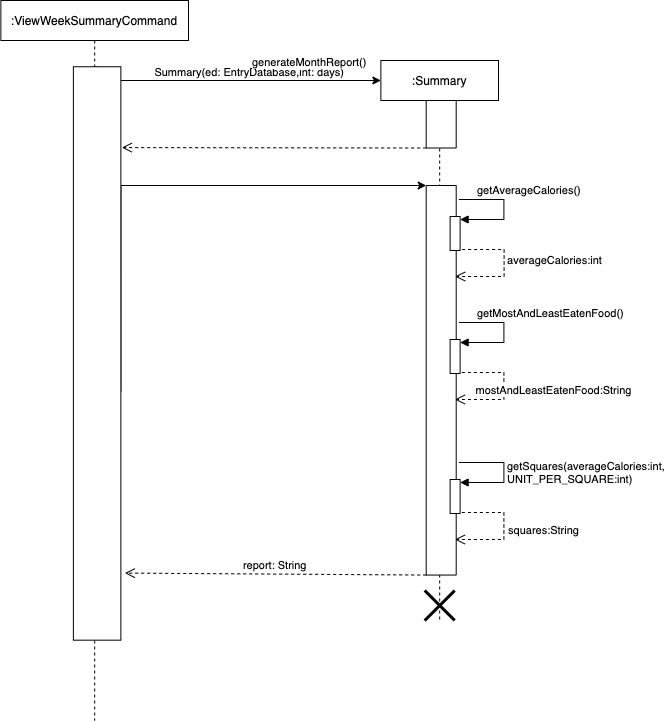
The draw.io diagram docs/diagrams-DG/weekly report.png in praj-bellakka/tp, before a commit. Source tidied: cells renumbered, new cells last; positions are measured from the earlier drawing's top-left corner, leaving out a move shared by most shapes.
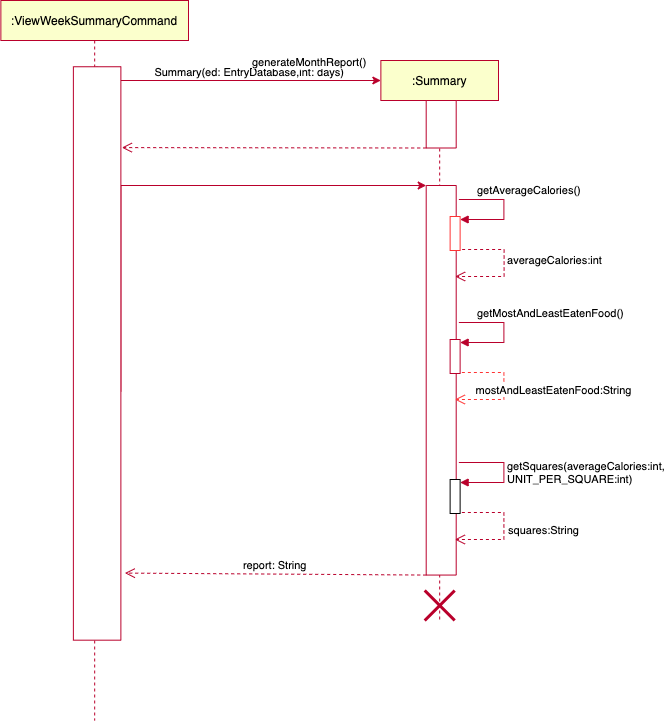
The same file after the commit.

Commit message:
follow the format with other diagrams

The edit, as a diff of the source:
```diff
@@ -2,19 +2,19 @@
   <root>
     <mxCell id="0" />
     <mxCell id="1" parent="0" />
-    <mxCell id="2" value=":Summary" style="shape=umlLifeline;perimeter=lifelinePerimeter;rounded=0;shadow=0;strokeWidth=1;" parent="1" vertex="1">
+    <mxCell id="2" value=":Summary" style="shape=umlLifeline;perimeter=lifelinePerimeter;rounded=0;shadow=0;strokeWidth=1;strokeColor=#B9002B;fillColor=#fbffcc;" parent="1" vertex="1">
       <mxGeometry x="570.4" y="60" width="117.6" height="560" as="geometry" />
     </mxCell>
-    <mxCell id="3" style="rounded=0;whiteSpace=wrap;html=1;rotation=90;" parent="2" vertex="1">
+    <mxCell id="3" style="rounded=0;whiteSpace=wrap;html=1;rotation=90;strokeColor=#b9002b;" parent="2" vertex="1">
       <mxGeometry x="36.6" y="48.8" width="47.5" height="30" as="geometry" />
     </mxCell>
-    <mxCell id="4" style="rounded=0;whiteSpace=wrap;html=1;rotation=90;" parent="2" vertex="1">
+    <mxCell id="4" style="rounded=0;whiteSpace=wrap;html=1;rotation=90;strokeColor=#b9002b;" parent="2" vertex="1">
       <mxGeometry x="-134.4" y="304.8" width="389.6" height="30" as="geometry" />
     </mxCell>
-    <mxCell id="5" style="html=1;perimeter=orthogonalPerimeter;" parent="2" vertex="1">
+    <mxCell id="5" style="html=1;perimeter=orthogonalPerimeter;strokeColor=#FF3333;" parent="2" vertex="1">
       <mxGeometry x="69.2" y="156" width="10" height="34" as="geometry" />
     </mxCell>
-    <mxCell id="6" value="getAverageCalories()" style="edgeStyle=orthogonalEdgeStyle;html=1;align=left;spacingLeft=2;endArrow=block;rounded=0;entryX=1;entryY=0;" parent="2" edge="1">
+    <mxCell id="6" value="getAverageCalories()" style="edgeStyle=orthogonalEdgeStyle;html=1;align=left;spacingLeft=2;endArrow=block;rounded=0;entryX=1;entryY=0;strokeColor=#b9002b;" parent="2" edge="1">
       <mxGeometry x="-0.73" y="9" relative="1" as="geometry">
         <mxPoint x="78" y="139" as="sourcePoint" />
         <mxPoint x="79.2" y="159" as="targetPoint" />
@@ -24,10 +24,10 @@
         </Array>
       </mxGeometry>
     </mxCell>
-    <mxCell id="7" style="html=1;perimeter=orthogonalPerimeter;" parent="2" vertex="1">
+    <mxCell id="7" style="html=1;perimeter=orthogonalPerimeter;strokeColor=#b9002b;" parent="2" vertex="1">
       <mxGeometry x="69.2" y="279" width="10" height="34" as="geometry" />
     </mxCell>
-    <mxCell id="8" value="getMostAndLeastEatenFood()" style="edgeStyle=orthogonalEdgeStyle;html=1;align=left;spacingLeft=2;endArrow=block;rounded=0;entryX=1;entryY=0;" parent="2" edge="1">
+    <mxCell id="8" value="getMostAndLeastEatenFood()" style="edgeStyle=orthogonalEdgeStyle;html=1;align=left;spacingLeft=2;endArrow=block;rounded=0;entryX=1;entryY=0;strokeColor=#b9002b;" parent="2" edge="1">
       <mxGeometry x="-0.73" y="9" relative="1" as="geometry">
         <mxPoint x="78" y="262" as="sourcePoint" />
         <mxPoint x="79.2" y="282" as="targetPoint" />
@@ -37,7 +37,7 @@
         </Array>
       </mxGeometry>
     </mxCell>
-    <mxCell id="9" value="mostAndLeastEatenFood:String" style="html=1;verticalAlign=bottom;endArrow=open;dashed=1;endSize=8;rounded=0;edgeStyle=orthogonalEdgeStyle;exitX=1.175;exitY=0.794;exitDx=0;exitDy=0;exitPerimeter=0;" parent="2" edge="1">
+    <mxCell id="9" value="mostAndLeastEatenFood:String" style="html=1;verticalAlign=bottom;endArrow=open;dashed=1;endSize=8;rounded=0;edgeStyle=orthogonalEdgeStyle;exitX=1.175;exitY=0.794;exitDx=0;exitDy=0;exitPerimeter=0;strokeColor=#FF3333;" parent="2" edge="1">
       <mxGeometry x="0.17" y="-50" relative="1" as="geometry">
         <mxPoint x="81" y="312" as="sourcePoint" />
         <mxPoint x="74" y="339" as="targetPoint" />
@@ -51,7 +51,7 @@
     <mxCell id="10" style="html=1;perimeter=orthogonalPerimeter;" parent="2" vertex="1">
       <mxGeometry x="69.2" y="419" width="10" height="34" as="geometry" />
     </mxCell>
-    <mxCell id="11" value="getSquares(averageCalories:int, &lt;br&gt;UNIT_PER_SQUARE:int)" style="edgeStyle=orthogonalEdgeStyle;html=1;align=left;spacingLeft=2;endArrow=block;rounded=0;entryX=1;entryY=0;" parent="2" edge="1">
+    <mxCell id="11" value="getSquares(averageCalories:int, &lt;br&gt;UNIT_PER_SQUARE:int)" style="edgeStyle=orthogonalEdgeStyle;html=1;align=left;spacingLeft=2;endArrow=block;rounded=0;entryX=1;entryY=0;strokeColor=#b9002b;" parent="2" edge="1">
       <mxGeometry x="0.01" relative="1" as="geometry">
         <mxPoint x="78" y="402" as="sourcePoint" />
         <mxPoint x="79.2" y="422" as="targetPoint" />
@@ -61,7 +61,7 @@
         </Array>
       </mxGeometry>
     </mxCell>
-    <mxCell id="12" value="squares:String" style="html=1;verticalAlign=bottom;endArrow=open;dashed=1;endSize=8;rounded=0;edgeStyle=orthogonalEdgeStyle;exitX=1.175;exitY=0.794;exitDx=0;exitDy=0;exitPerimeter=0;" parent="2" edge="1">
+    <mxCell id="12" value="squares:String" style="html=1;verticalAlign=bottom;endArrow=open;dashed=1;endSize=8;rounded=0;edgeStyle=orthogonalEdgeStyle;exitX=1.175;exitY=0.794;exitDx=0;exitDy=0;exitPerimeter=0;strokeColor=#b9002b;" parent="2" edge="1">
       <mxGeometry x="0.17" y="-40" relative="1" as="geometry">
         <mxPoint x="81" y="452" as="sourcePoint" />
         <mxPoint x="74" y="479" as="targetPoint" />
@@ -72,7 +72,7 @@
         <mxPoint x="40" y="40" as="offset" />
       </mxGeometry>
     </mxCell>
-    <mxCell id="13" value="averageCalories:int" style="html=1;verticalAlign=bottom;endArrow=open;dashed=1;endSize=8;rounded=0;edgeStyle=orthogonalEdgeStyle;exitX=1.175;exitY=0.794;exitDx=0;exitDy=0;exitPerimeter=0;" parent="2" edge="1">
+    <mxCell id="13" value="averageCalories:int" style="html=1;verticalAlign=bottom;endArrow=open;dashed=1;endSize=8;rounded=0;edgeStyle=orthogonalEdgeStyle;exitX=1.175;exitY=0.794;exitDx=0;exitDy=0;exitPerimeter=0;strokeColor=#b9002b;" parent="2" edge="1">
       <mxGeometry x="0.05" y="50" relative="1" as="geometry">
         <mxPoint x="81.2" y="189" as="sourcePoint" />
         <mxPoint x="74.2" y="216" as="targetPoint" />
@@ -82,10 +82,10 @@
         </Array>
       </mxGeometry>
     </mxCell>
-    <mxCell id="14" style="shape=umlDestroy;whiteSpace=wrap;html=1;strokeWidth=3;" parent="2" vertex="1">
+    <mxCell id="14" style="shape=umlDestroy;whiteSpace=wrap;html=1;strokeWidth=3;strokeColor=#b9002b;" parent="2" vertex="1">
       <mxGeometry x="43.8" y="530" width="30" height="30" as="geometry" />
     </mxCell>
-    <mxCell id="15" style="endArrow=classic;html=1;rounded=0;edgeStyle=orthogonalEdgeStyle;" parent="1" edge="1" source="21">
+    <mxCell id="15" style="endArrow=classic;html=1;rounded=0;edgeStyle=orthogonalEdgeStyle;strokeColor=#b9002b;" parent="1" edge="1" source="21">
       <mxGeometry relative="1" as="geometry">
         <mxPoint x="570.4" y="80" as="targetPoint" />
         <Array as="points">
@@ -98,12 +98,12 @@
         <mxPoint x="34" y="14" as="offset" />
       </mxGeometry>
     </mxCell>
-    <mxCell id="17" style="verticalAlign=bottom;endArrow=open;dashed=1;endSize=8;shadow=0;strokeWidth=1;entryX=0.39;entryY=-0.021;entryDx=0;entryDy=0;entryPerimeter=0;exitX=1;exitY=1;exitDx=0;exitDy=0;" parent="1" edge="1" source="3">
+    <mxCell id="17" style="verticalAlign=bottom;endArrow=open;dashed=1;endSize=8;shadow=0;strokeWidth=1;entryX=0.39;entryY=-0.021;entryDx=0;entryDy=0;entryPerimeter=0;exitX=1;exitY=1;exitDx=0;exitDy=0;fillColor=#f8cecc;strokeColor=#B9002B;" parent="1" edge="1" source="3">
       <mxGeometry relative="1" as="geometry">
         <mxPoint x="311.4" y="147.1" as="targetPoint" />
       </mxGeometry>
     </mxCell>
-    <mxCell id="18" style="endArrow=classic;html=1;rounded=0;edgeStyle=orthogonalEdgeStyle;entryX=0;entryY=1;entryDx=0;entryDy=0;exitX=0.566;exitY=0;exitDx=0;exitDy=0;exitPerimeter=0;" parent="1" edge="1" source="21" target="4">
+    <mxCell id="18" style="endArrow=classic;html=1;rounded=0;edgeStyle=orthogonalEdgeStyle;entryX=0;entryY=1;entryDx=0;entryDy=0;exitX=0.566;exitY=0;exitDx=0;exitDy=0;exitPerimeter=0;strokeColor=#b9002b;" parent="1" edge="1" source="21" target="4">
       <mxGeometry relative="1" as="geometry">
         <Array as="points">
           <mxPoint x="310.4" y="185" />
@@ -115,13 +115,13 @@
         <mxPoint x="130" y="-321" as="offset" />
       </mxGeometry>
     </mxCell>
-    <mxCell id="20" value=":ViewWeekSummaryCommand" style="shape=umlLifeline;perimeter=lifelinePerimeter;whiteSpace=wrap;html=1;" parent="1" vertex="1">
+    <mxCell id="20" value=":ViewWeekSummaryCommand" style="shape=umlLifeline;perimeter=lifelinePerimeter;whiteSpace=wrap;html=1;strokeColor=#B9002B;fillColor=#fbffcc;" parent="1" vertex="1">
       <mxGeometry x="190.4" width="187.6" height="720" as="geometry" />
     </mxCell>
-    <mxCell id="21" style="rounded=0;whiteSpace=wrap;html=1;rotation=90;" parent="20" vertex="1">
+    <mxCell id="21" style="rounded=0;whiteSpace=wrap;html=1;rotation=90;strokeColor=#b9002b;" parent="20" vertex="1">
       <mxGeometry x="-190.5" y="329.2" width="573.4" height="47.5" as="geometry" />
     </mxCell>
-    <mxCell id="22" value="report: String" style="verticalAlign=bottom;endArrow=open;dashed=1;endSize=8;shadow=0;strokeWidth=1;entryX=0.883;entryY=-0.084;entryDx=0;entryDy=0;entryPerimeter=0;exitX=1;exitY=1;exitDx=0;exitDy=0;" parent="1" edge="1" source="4" target="21">
+    <mxCell id="22" value="report: String" style="verticalAlign=bottom;endArrow=open;dashed=1;endSize=8;shadow=0;strokeWidth=1;entryX=0.883;entryY=-0.084;entryDx=0;entryDy=0;entryPerimeter=0;exitX=1;exitY=1;exitDx=0;exitDy=0;strokeColor=#b9002b;" parent="1" edge="1" source="4" target="21">
       <mxGeometry relative="1" as="geometry" />
     </mxCell>
   </root>
```
